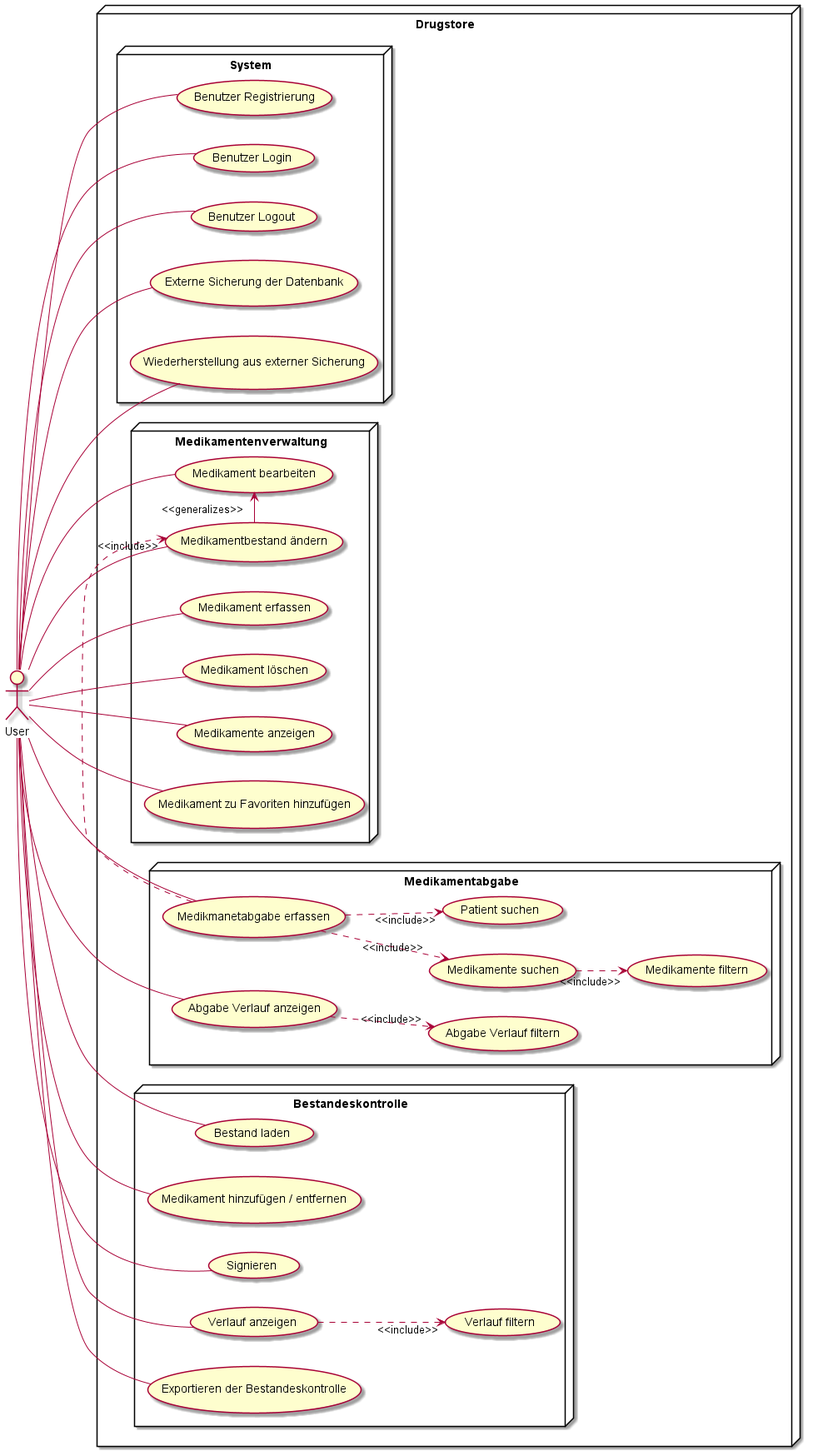
lucahost/drugstore keeps this PlantUML diagram as out/docs/use-cases/00_overview/usecase-overview.png. Above is the earlier version. Its diagram source:
```plantuml
@startuml usecase-overview
left to right direction
node Drugstore {

    node System {
        usecase "Benutzer Registrierung" as UC11
        usecase "Benutzer Login" as UC12
        usecase "Benutzer Logout" as UC13
        usecase "Externe Sicherung der Datenbank" as UC14
        usecase "Wiederherstellung aus externer Sicherung" as UC15
    }

    node Medikamentenverwaltung {
        usecase "Medikament erfassen" as UC21
        usecase "Medikament bearbeiten" as UC22
        usecase "Medikament löschen" as UC23
        usecase "Medikamente anzeigen" as UC24
        usecase "Medikamentbestand ändern" as UC25
        usecase "Medikament zu Favoriten hinzufügen" as UC26
    }

    node Medikamentabgabe {
        usecase "Medikmanetabgabe erfassen" as UC31
        usecase "Medikamente suchen" as UC32
        usecase "Medikamente filtern" as UC33
        usecase "Patient suchen" as UC34
        usecase "Abgabe Verlauf anzeigen" as UC35
        usecase "Abgabe Verlauf filtern" as UC36
    }

    node Bestandeskontrolle {
        usecase "Bestand laden" as UC41
        usecase "Medikament hinzufügen / entfernen" as UC42
        usecase "Signieren" as UC43
        usecase "Verlauf anzeigen" as UC44
        usecase "Verlauf filtern" as UC45
        usecase "Exportieren der Bestandeskontrolle" as UC46
    }
}


:User: - UC11
:User: - UC12
:User: - UC13
:User: - UC14
:User: - UC15

:User: -- UC21
:User: -- UC22
:User: -- UC23
:User: -- UC24
:User: -- UC25
:User: -- UC26

:User: --- UC31
:User: --- UC35

:User: --- UC41
:User: --- UC42
:User: --- UC43
:User: --- UC44
:User: --- UC46

UC22 <- "<<generalizes>>" UC25

UC31 .> "<<include>>" UC25

UC31 ..> "<<include>>" UC32
UC31 ..> "<<include>>" UC34
UC32 ..> "<<include>>" UC33
UC35 ..> "<<include>>" UC36

UC44 ..> "<<include>>" UC45

@enduml
```
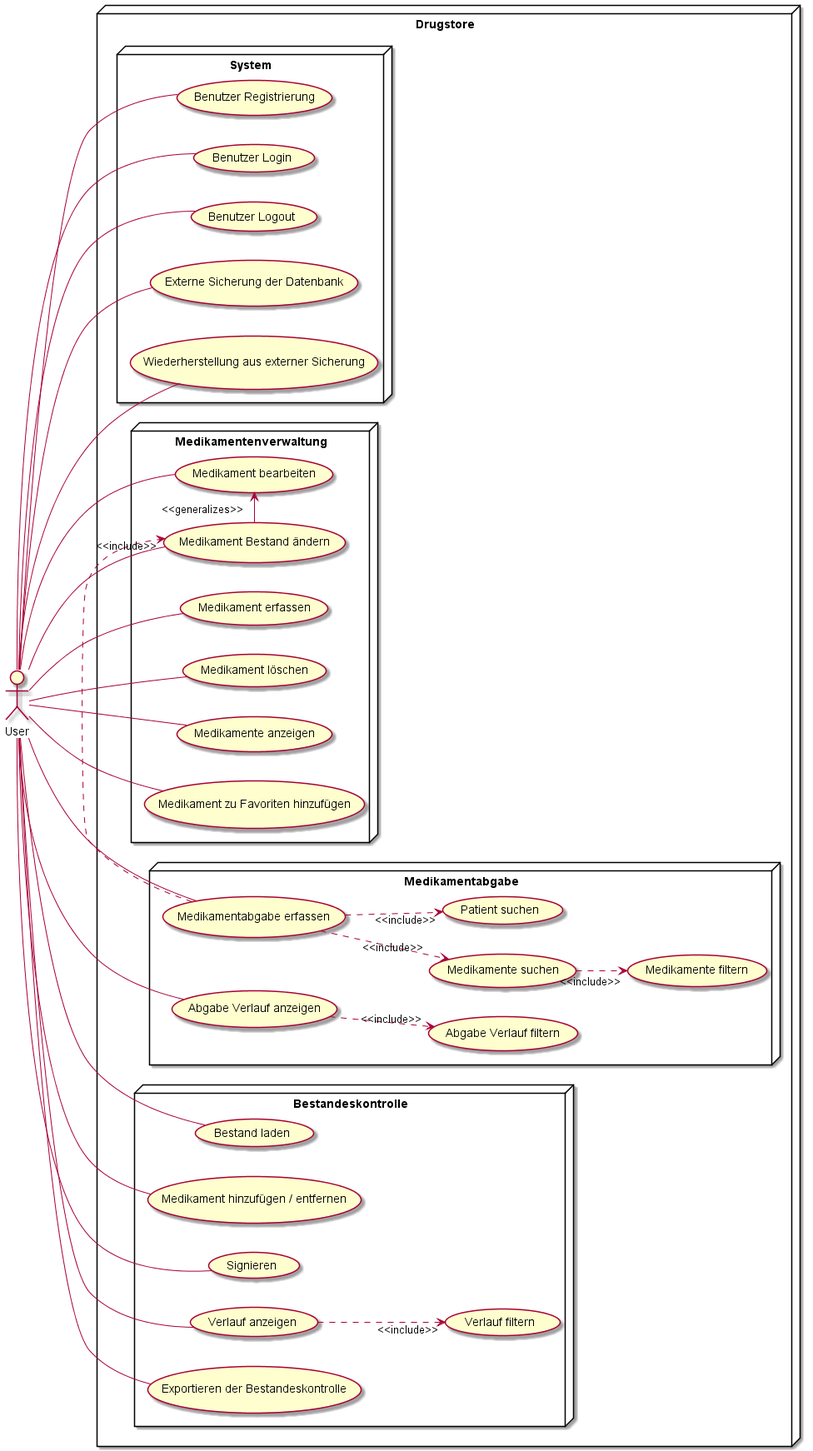
After the commit.

Commit message:
Rework Interface, UseCase and Data-Model Diagrams

The edit, as a diff of the source:
```diff
@@ -15,12 +15,12 @@
         usecase "Medikament bearbeiten" as UC22
         usecase "Medikament löschen" as UC23
         usecase "Medikamente anzeigen" as UC24
-        usecase "Medikamentbestand ändern" as UC25
+        usecase "Medikament Bestand ändern" as UC25
         usecase "Medikament zu Favoriten hinzufügen" as UC26
     }
 
     node Medikamentabgabe {
-        usecase "Medikmanetabgabe erfassen" as UC31
+        usecase "Medikamentabgabe erfassen" as UC31
         usecase "Medikamente suchen" as UC32
         usecase "Medikamente filtern" as UC33
         usecase "Patient suchen" as UC34
```
